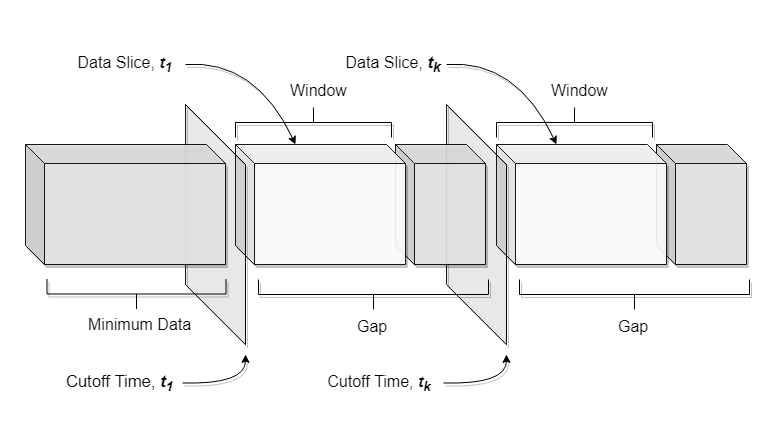
Above: docs/source/table_of_contents/images/label-maker.png in alteryx/compose (draw.io), before the change. Source tidied: cells renumbered, new cells last; positions are measured from the earlier drawing's top-left corner, leaving out a move shared by most shapes. Its diagram source:
```xml
<mxGraphModel>
  <root>
    <mxCell id="0" />
    <mxCell id="1" parent="0" />
    <mxCell id="2" value="&lt;font style=&quot;font-size: 16px&quot;&gt;Minimum Data&lt;/font&gt;" style="text;html=1;align=left;verticalAlign=top;spacingTop=-4;fontSize=20;shadow=1;" parent="1" vertex="1">
      <mxGeometry x="61" y="271" width="120" height="30" as="geometry" />
    </mxCell>
    <mxCell id="3" value="&lt;h5&gt;&lt;font style=&quot;font-size: 16px ; font-weight: normal&quot;&gt;Data Slice, &lt;/font&gt;&lt;font style=&quot;font-size: 16px&quot;&gt;&lt;i&gt;t&lt;sub&gt;1&lt;/sub&gt;&lt;/i&gt;&lt;/font&gt;&lt;font style=&quot;font-size: 16px&quot;&gt;&lt;i&gt;&lt;sub&gt;&amp;nbsp;&amp;nbsp;&lt;/sub&gt;&lt;/i&gt;&lt;/font&gt;&lt;/h5&gt;" style="text;html=1;strokeColor=none;fillColor=none;align=center;verticalAlign=middle;whiteSpace=wrap;rounded=0;shadow=1;fontSize=20;labelBackgroundColor=none;" parent="1" vertex="1">
      <mxGeometry x="40" width="125" height="50" as="geometry" />
    </mxCell>
    <mxCell id="4" style="strokeWidth=1;html=1;shape=mxgraph.flowchart.annotation_2;align=left;shadow=1;fillColor=#000000;gradientColor=none;rotation=90;" parent="1" vertex="1">
      <mxGeometry x="273" y="7" width="30" height="156" as="geometry" />
    </mxCell>
    <mxCell id="5" value="&lt;font style=&quot;font-size: 16px&quot;&gt;Gap&lt;/font&gt;" style="text;html=1;align=left;verticalAlign=top;spacingTop=-4;fontSize=20;shadow=1;" parent="1" vertex="1">
      <mxGeometry x="330" y="273" width="50" height="30" as="geometry" />
    </mxCell>
    <mxCell id="6" value="&lt;font style=&quot;font-size: 16px&quot;&gt;Window&lt;/font&gt;" style="text;html=1;align=left;verticalAlign=top;spacingTop=-4;fontSize=20;shadow=1;" parent="1" vertex="1">
      <mxGeometry x="263" y="37" width="70" height="30" as="geometry" />
    </mxCell>
    <mxCell id="7" value="&lt;h5&gt;&lt;span style=&quot;font-weight: normal&quot;&gt;Cutoff Time,&amp;nbsp;&lt;/span&gt;&lt;i&gt;t&lt;sub&gt;1&lt;/sub&gt;&lt;/i&gt;&lt;/h5&gt;" style="text;html=1;strokeColor=none;fillColor=none;align=center;verticalAlign=middle;whiteSpace=wrap;rounded=0;shadow=1;fontSize=20;labelBackgroundColor=none;fontStyle=1;" parent="1" vertex="1">
      <mxGeometry x="30" y="323" width="127" height="42" as="geometry" />
    </mxCell>
    <mxCell id="8" style="curved=1;endArrow=classic;html=1;fontSize=20;shadow=1;" parent="1" edge="1" source="7">
      <mxGeometry relative="1" as="geometry">
        <mxPoint x="220" y="317" as="targetPoint" />
        <Array as="points">
          <mxPoint x="220" y="347" />
        </Array>
      </mxGeometry>
    </mxCell>
    <mxCell id="9" value="&lt;h5&gt;&lt;font style=&quot;font-size: 16px ; font-weight: normal&quot;&gt;Data Slice,&amp;nbsp;&lt;/font&gt;&lt;i&gt;t&lt;span&gt;&lt;sub&gt;k&lt;/sub&gt;&lt;/span&gt;&lt;/i&gt;&lt;/h5&gt;" style="text;html=1;strokeColor=none;fillColor=none;align=center;verticalAlign=middle;whiteSpace=wrap;rounded=0;shadow=1;fontSize=20;labelBackgroundColor=none;" parent="1" vertex="1">
      <mxGeometry x="310" width="116" height="50" as="geometry" />
    </mxCell>
    <mxCell id="10" style="shape=cube;whiteSpace=wrap;html=1;boundedLbl=1;backgroundOutline=1;darkOpacity=0.05;darkOpacity2=0.1;size=19;shadow=1;opacity=90;fillColor=#E6E6E6;" parent="1" vertex="1">
      <mxGeometry x="631" y="107" width="90" height="120" as="geometry" />
    </mxCell>
    <mxCell id="11" style="shape=cube;whiteSpace=wrap;html=1;boundedLbl=1;backgroundOutline=1;darkOpacity=0.05;darkOpacity2=0.1;size=19;shadow=1;opacity=90;" parent="1" vertex="1">
      <mxGeometry x="471" y="107" width="170" height="120" as="geometry" />
    </mxCell>
    <mxCell id="12" style="strokeWidth=1;html=1;shape=mxgraph.flowchart.annotation_2;align=left;shadow=1;fillColor=#000000;gradientColor=none;rotation=90;" parent="1" vertex="1">
      <mxGeometry x="534" y="7" width="30" height="156" as="geometry" />
    </mxCell>
    <mxCell id="13" style="strokeWidth=1;html=1;shape=mxgraph.flowchart.annotation_2;align=left;shadow=1;fillColor=#000000;gradientColor=none;rotation=-90;" parent="1" vertex="1">
      <mxGeometry x="594" y="142" width="30" height="230" as="geometry" />
    </mxCell>
    <mxCell id="14" value="&lt;font style=&quot;font-size: 16px&quot;&gt;Gap&lt;/font&gt;" style="text;html=1;align=left;verticalAlign=top;spacingTop=-4;fontSize=20;shadow=1;" parent="1" vertex="1">
      <mxGeometry x="591" y="273" width="50" height="30" as="geometry" />
    </mxCell>
    <mxCell id="15" value="&lt;font style=&quot;font-size: 16px&quot;&gt;Window&lt;/font&gt;" style="text;html=1;align=left;verticalAlign=top;spacingTop=-4;fontSize=20;shadow=1;" parent="1" vertex="1">
      <mxGeometry x="524" y="37" width="70" height="30" as="geometry" />
    </mxCell>
    <mxCell id="16" style="shape=cube;whiteSpace=wrap;html=1;boundedLbl=1;backgroundOutline=1;darkOpacity=0.05;darkOpacity2=0.1;size=60;fillColor=none;shadow=1;opacity=90;" parent="1" vertex="1">
      <mxGeometry x="421" y="67" width="60" height="240" as="geometry" />
    </mxCell>
    <mxCell id="17" value="&lt;h5 style=&quot;font-size: 16px&quot;&gt;&lt;span style=&quot;font-weight: normal&quot;&gt;Cutoff Time,&amp;nbsp;&lt;/span&gt;&lt;i&gt;t&lt;span&gt;&lt;sub&gt;k&lt;/sub&gt;&lt;/span&gt;&lt;/i&gt;&lt;/h5&gt;" style="text;html=1;strokeColor=none;fillColor=none;align=center;verticalAlign=middle;whiteSpace=wrap;rounded=0;shadow=1;fontSize=20;labelBackgroundColor=none;fontStyle=1;" parent="1" vertex="1">
      <mxGeometry x="290" y="323" width="128" height="42" as="geometry" />
    </mxCell>
    <mxCell id="18" style="curved=1;endArrow=classic;html=1;fontSize=20;shadow=1;" parent="1" edge="1" source="17">
      <mxGeometry relative="1" as="geometry">
        <mxPoint x="481" y="317" as="targetPoint" />
        <Array as="points">
          <mxPoint x="481" y="347" />
        </Array>
      </mxGeometry>
    </mxCell>
    <mxCell id="19" style="shape=cube;whiteSpace=wrap;html=1;boundedLbl=1;backgroundOutline=1;darkOpacity=0.05;darkOpacity2=0.1;size=19;shadow=1;opacity=90;fillColor=#E6E6E6;" parent="1" vertex="1">
      <mxGeometry x="370" y="107" width="90" height="120" as="geometry" />
    </mxCell>
    <mxCell id="20" style="shape=cube;whiteSpace=wrap;html=1;boundedLbl=1;backgroundOutline=1;darkOpacity=0.05;darkOpacity2=0.1;size=19;shadow=1;opacity=90;" parent="1" vertex="1">
      <mxGeometry x="210" y="107" width="170" height="120" as="geometry" />
    </mxCell>
    <mxCell id="21" style="shape=cube;whiteSpace=wrap;html=1;boundedLbl=1;backgroundOutline=1;darkOpacity=0.05;darkOpacity2=0.1;size=60;fillColor=none;shadow=1;strokeColor=#000000;fontColor=#ffffff;opacity=90;" parent="1" vertex="1">
      <mxGeometry x="160" y="67" width="60" height="240" as="geometry" />
    </mxCell>
    <mxCell id="22" style="shape=cube;whiteSpace=wrap;html=1;boundedLbl=1;backgroundOutline=1;darkOpacity=0.05;darkOpacity2=0.1;size=19;shadow=1;opacity=90;fillColor=#E6E6E6;" parent="1" vertex="1">
      <mxGeometry y="107" width="200" height="120" as="geometry" />
    </mxCell>
    <mxCell id="23" style="strokeWidth=1;shape=mxgraph.flowchart.annotation_2;align=left;shadow=1;fillColor=#000000;gradientColor=none;rotation=-90;html=1;" parent="1" vertex="1">
      <mxGeometry x="96" y="167" width="30" height="179" as="geometry" />
    </mxCell>
    <mxCell id="24" style="curved=1;endArrow=classic;html=1;fontSize=20;entryX=0.353;entryY=0;entryDx=0;entryDy=0;entryPerimeter=0;shadow=1;" parent="1" edge="1" target="20">
      <mxGeometry relative="1" as="geometry">
        <mxPoint x="160" y="27" as="sourcePoint" />
        <Array as="points">
          <mxPoint x="230" y="22" />
        </Array>
      </mxGeometry>
    </mxCell>
    <mxCell id="25" style="curved=1;endArrow=classic;html=1;fontSize=20;entryX=0.353;entryY=0;entryDx=0;entryDy=0;entryPerimeter=0;shadow=1;" parent="1" edge="1" target="11">
      <mxGeometry relative="1" as="geometry">
        <mxPoint x="421" y="27" as="sourcePoint" />
        <Array as="points">
          <mxPoint x="491" y="22" />
        </Array>
      </mxGeometry>
    </mxCell>
    <mxCell id="26" style="strokeWidth=1;html=1;shape=mxgraph.flowchart.annotation_2;align=left;shadow=1;fillColor=#000000;gradientColor=none;rotation=-90;" parent="1" vertex="1">
      <mxGeometry x="333" y="142" width="30" height="230" as="geometry" />
    </mxCell>
  </root>
</mxGraphModel>
```
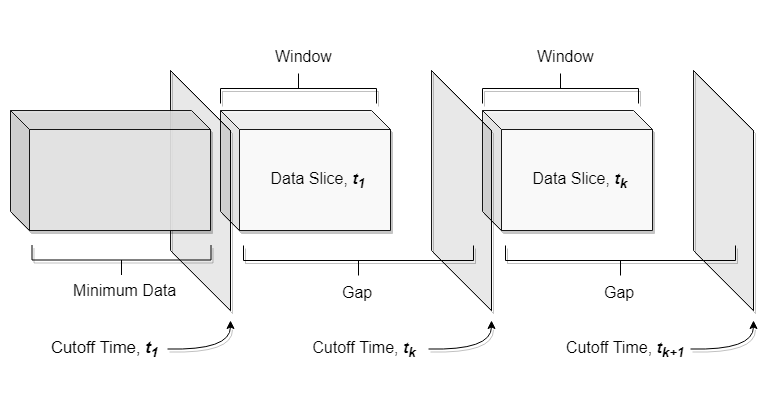
Above is the later version.

The edit, as a diff of the source:
```diff
@@ -2,73 +2,90 @@
   <root>
     <mxCell id="0" />
     <mxCell id="1" parent="0" />
+    <mxCell id="27" style="group;" parent="1" vertex="1">
+      <mxGeometry x="472" y="7" width="271" height="365" as="geometry" />
+    </mxCell>
+    <mxCell id="28" style="strokeWidth=1;html=1;shape=mxgraph.flowchart.annotation_2;align=left;shadow=1;fillColor=#000000;gradientColor=none;rotation=90;" parent="27" vertex="1">
+      <mxGeometry x="63" width="30" height="156" as="geometry" />
+    </mxCell>
+    <mxCell id="14" value="&lt;font style=&quot;font-size: 16px&quot;&gt;Gap&lt;/font&gt;" style="text;html=1;align=left;verticalAlign=top;spacingTop=-4;fontSize=20;shadow=1;" parent="27" vertex="1">
+      <mxGeometry x="120" y="266" width="50" height="30" as="geometry" />
+    </mxCell>
+    <mxCell id="15" value="&lt;font style=&quot;font-size: 16px&quot;&gt;Window&lt;/font&gt;" style="text;html=1;align=left;verticalAlign=top;spacingTop=-4;fontSize=20;shadow=1;" parent="27" vertex="1">
+      <mxGeometry x="53" y="30" width="70" height="30" as="geometry" />
+    </mxCell>
+    <mxCell id="29" style="shape=cube;whiteSpace=wrap;html=1;boundedLbl=1;backgroundOutline=1;darkOpacity=0.05;darkOpacity2=0.1;size=60;fillColor=none;shadow=1;opacity=90;" parent="27" vertex="1">
+      <mxGeometry x="211" y="60" width="60" height="240" as="geometry" />
+    </mxCell>
+    <mxCell id="30" value="&lt;h5 style=&quot;font-size: 16px&quot;&gt;&lt;span style=&quot;font-weight: normal&quot;&gt;Cutoff Time,&amp;nbsp;&lt;/span&gt;&lt;i&gt;t&lt;span&gt;&lt;sub&gt;k+1&amp;nbsp;&lt;/sub&gt;&lt;/span&gt;&lt;/i&gt;&lt;/h5&gt;" style="text;html=1;strokeColor=none;fillColor=none;align=center;verticalAlign=middle;whiteSpace=wrap;rounded=0;shadow=1;fontSize=20;labelBackgroundColor=none;fontStyle=1;" parent="27" vertex="1">
+      <mxGeometry x="80" y="316" width="128" height="42" as="geometry" />
+    </mxCell>
+    <mxCell id="31" style="curved=1;endArrow=classic;html=1;fontSize=20;shadow=1;" parent="27" edge="1" source="30">
+      <mxGeometry relative="1" as="geometry">
+        <mxPoint x="271" y="310" as="targetPoint" />
+        <Array as="points">
+          <mxPoint x="271" y="340" />
+        </Array>
+      </mxGeometry>
+    </mxCell>
+    <mxCell id="32" style="shape=cube;whiteSpace=wrap;html=1;boundedLbl=1;backgroundOutline=1;darkOpacity=0.05;darkOpacity2=0.1;size=19;shadow=1;opacity=90;" parent="27" vertex="1">
+      <mxGeometry y="100" width="170" height="120" as="geometry" />
+    </mxCell>
+    <mxCell id="33" style="strokeWidth=1;html=1;shape=mxgraph.flowchart.annotation_2;align=left;shadow=1;fillColor=#000000;gradientColor=none;rotation=-90;" parent="27" vertex="1">
+      <mxGeometry x="123" y="135" width="30" height="230" as="geometry" />
+    </mxCell>
+    <mxCell id="9" value="&lt;h5&gt;&lt;font style=&quot;font-size: 16px ; font-weight: normal&quot;&gt;Data Slice, &lt;/font&gt;&lt;font style=&quot;font-size: 16px&quot;&gt;&lt;i&gt;t&lt;sub&gt;k&lt;/sub&gt;&lt;/i&gt;&lt;/font&gt;&lt;font style=&quot;font-size: 16px&quot;&gt;&lt;i&gt;&lt;sub&gt;&amp;nbsp;&amp;nbsp;&lt;/sub&gt;&lt;/i&gt;&lt;/font&gt;&lt;/h5&gt;" style="text;html=1;align=center;verticalAlign=middle;whiteSpace=wrap;rounded=0;shadow=1;fontSize=20;labelBackgroundColor=none;fillColor=none;" parent="27" vertex="1">
+      <mxGeometry x="37.5" y="143" width="125" height="50" as="geometry" />
+    </mxCell>
     <mxCell id="2" value="&lt;font style=&quot;font-size: 16px&quot;&gt;Minimum Data&lt;/font&gt;" style="text;html=1;align=left;verticalAlign=top;spacingTop=-4;fontSize=20;shadow=1;" parent="1" vertex="1">
       <mxGeometry x="61" y="271" width="120" height="30" as="geometry" />
     </mxCell>
-    <mxCell id="3" value="&lt;h5&gt;&lt;font style=&quot;font-size: 16px ; font-weight: normal&quot;&gt;Data Slice, &lt;/font&gt;&lt;font style=&quot;font-size: 16px&quot;&gt;&lt;i&gt;t&lt;sub&gt;1&lt;/sub&gt;&lt;/i&gt;&lt;/font&gt;&lt;font style=&quot;font-size: 16px&quot;&gt;&lt;i&gt;&lt;sub&gt;&amp;nbsp;&amp;nbsp;&lt;/sub&gt;&lt;/i&gt;&lt;/font&gt;&lt;/h5&gt;" style="text;html=1;strokeColor=none;fillColor=none;align=center;verticalAlign=middle;whiteSpace=wrap;rounded=0;shadow=1;fontSize=20;labelBackgroundColor=none;" parent="1" vertex="1">
-      <mxGeometry x="40" width="125" height="50" as="geometry" />
-    </mxCell>
+    <mxCell id="7" value="&lt;h5&gt;&lt;span style=&quot;font-weight: normal&quot;&gt;Cutoff Time,&amp;nbsp;&lt;/span&gt;&lt;i&gt;t&lt;sub&gt;1&lt;/sub&gt;&lt;/i&gt;&lt;/h5&gt;" style="text;html=1;strokeColor=none;fillColor=none;align=center;verticalAlign=middle;whiteSpace=wrap;rounded=0;shadow=1;fontSize=20;labelBackgroundColor=none;fontStyle=1;" parent="1" vertex="1">
+      <mxGeometry x="30" y="323" width="127" height="42" as="geometry" />
+    </mxCell>
+    <mxCell id="8" style="curved=1;endArrow=classic;html=1;fontSize=20;shadow=1;" parent="1" edge="1" source="7">
+      <mxGeometry relative="1" as="geometry">
+        <mxPoint x="220" y="317" as="targetPoint" />
+        <Array as="points">
+          <mxPoint x="220" y="347" />
+        </Array>
+      </mxGeometry>
+    </mxCell>
+    <mxCell id="34" style="group;" parent="1" vertex="1">
+      <mxGeometry x="210" y="7" width="271" height="365" as="geometry" />
+    </mxCell>
-    <mxCell id="4" style="strokeWidth=1;html=1;shape=mxgraph.flowchart.annotation_2;align=left;shadow=1;fillColor=#000000;gradientColor=none;rotation=90;" parent="1" vertex="1">
-      <mxGeometry x="273" y="7" width="30" height="156" as="geometry" />
+    <mxCell id="4" style="strokeWidth=1;html=1;shape=mxgraph.flowchart.annotation_2;align=left;shadow=1;fillColor=#000000;gradientColor=none;rotation=90;" parent="34" vertex="1">
+      <mxGeometry x="63" width="30" height="156" as="geometry" />
     </mxCell>
-    <mxCell id="5" value="&lt;font style=&quot;font-size: 16px&quot;&gt;Gap&lt;/font&gt;" style="text;html=1;align=left;verticalAlign=top;spacingTop=-4;fontSize=20;shadow=1;" parent="1" vertex="1">
-      <mxGeometry x="330" y="273" width="50" height="30" as="geometry" />
+    <mxCell id="5" value="&lt;font style=&quot;font-size: 16px&quot;&gt;Gap&lt;/font&gt;" style="text;html=1;align=left;verticalAlign=top;spacingTop=-4;fontSize=20;shadow=1;" parent="34" vertex="1">
+      <mxGeometry x="120" y="266" width="50" height="30" as="geometry" />
     </mxCell>
-    <mxCell id="6" value="&lt;font style=&quot;font-size: 16px&quot;&gt;Window&lt;/font&gt;" style="text;html=1;align=left;verticalAlign=top;spacingTop=-4;fontSize=20;shadow=1;" parent="1" vertex="1">
-      <mxGeometry x="263" y="37" width="70" height="30" as="geometry" />
+    <mxCell id="6" value="&lt;font style=&quot;font-size: 16px&quot;&gt;Window&lt;/font&gt;" style="text;html=1;align=left;verticalAlign=top;spacingTop=-4;fontSize=20;shadow=1;" parent="34" vertex="1">
+      <mxGeometry x="53" y="30" width="70" height="30" as="geometry" />
     </mxCell>
-    <mxCell id="7" value="&lt;h5&gt;&lt;span style=&quot;font-weight: normal&quot;&gt;Cutoff Time,&amp;nbsp;&lt;/span&gt;&lt;i&gt;t&lt;sub&gt;1&lt;/sub&gt;&lt;/i&gt;&lt;/h5&gt;" style="text;html=1;strokeColor=none;fillColor=none;align=center;verticalAlign=middle;whiteSpace=wrap;rounded=0;shadow=1;fontSize=20;labelBackgroundColor=none;fontStyle=1;" parent="1" vertex="1">
-      <mxGeometry x="30" y="323" width="127" height="42" as="geometry" />
-    </mxCell>
-    <mxCell id="8" style="curved=1;endArrow=classic;html=1;fontSize=20;shadow=1;" parent="1" edge="1" source="7">
-      <mxGeometry relative="1" as="geometry">
-        <mxPoint x="220" y="317" as="targetPoint" />
-        <Array as="points">
-          <mxPoint x="220" y="347" />
-        </Array>
-      </mxGeometry>
-    </mxCell>
-    <mxCell id="9" value="&lt;h5&gt;&lt;font style=&quot;font-size: 16px ; font-weight: normal&quot;&gt;Data Slice,&amp;nbsp;&lt;/font&gt;&lt;i&gt;t&lt;span&gt;&lt;sub&gt;k&lt;/sub&gt;&lt;/span&gt;&lt;/i&gt;&lt;/h5&gt;" style="text;html=1;strokeColor=none;fillColor=none;align=center;verticalAlign=middle;whiteSpace=wrap;rounded=0;shadow=1;fontSize=20;labelBackgroundColor=none;" parent="1" vertex="1">
-      <mxGeometry x="310" width="116" height="50" as="geometry" />
-    </mxCell>
-    <mxCell id="10" style="shape=cube;whiteSpace=wrap;html=1;boundedLbl=1;backgroundOutline=1;darkOpacity=0.05;darkOpacity2=0.1;size=19;shadow=1;opacity=90;fillColor=#E6E6E6;" parent="1" vertex="1">
-      <mxGeometry x="631" y="107" width="90" height="120" as="geometry" />
-    </mxCell>
-    <mxCell id="11" style="shape=cube;whiteSpace=wrap;html=1;boundedLbl=1;backgroundOutline=1;darkOpacity=0.05;darkOpacity2=0.1;size=19;shadow=1;opacity=90;" parent="1" vertex="1">
-      <mxGeometry x="471" y="107" width="170" height="120" as="geometry" />
-    </mxCell>
-    <mxCell id="12" style="strokeWidth=1;html=1;shape=mxgraph.flowchart.annotation_2;align=left;shadow=1;fillColor=#000000;gradientColor=none;rotation=90;" parent="1" vertex="1">
-      <mxGeometry x="534" y="7" width="30" height="156" as="geometry" />
-    </mxCell>
-    <mxCell id="13" style="strokeWidth=1;html=1;shape=mxgraph.flowchart.annotation_2;align=left;shadow=1;fillColor=#000000;gradientColor=none;rotation=-90;" parent="1" vertex="1">
-      <mxGeometry x="594" y="142" width="30" height="230" as="geometry" />
-    </mxCell>
-    <mxCell id="14" value="&lt;font style=&quot;font-size: 16px&quot;&gt;Gap&lt;/font&gt;" style="text;html=1;align=left;verticalAlign=top;spacingTop=-4;fontSize=20;shadow=1;" parent="1" vertex="1">
-      <mxGeometry x="591" y="273" width="50" height="30" as="geometry" />
-    </mxCell>
-    <mxCell id="15" value="&lt;font style=&quot;font-size: 16px&quot;&gt;Window&lt;/font&gt;" style="text;html=1;align=left;verticalAlign=top;spacingTop=-4;fontSize=20;shadow=1;" parent="1" vertex="1">
-      <mxGeometry x="524" y="37" width="70" height="30" as="geometry" />
-    </mxCell>
-    <mxCell id="16" style="shape=cube;whiteSpace=wrap;html=1;boundedLbl=1;backgroundOutline=1;darkOpacity=0.05;darkOpacity2=0.1;size=60;fillColor=none;shadow=1;opacity=90;" parent="1" vertex="1">
-      <mxGeometry x="421" y="67" width="60" height="240" as="geometry" />
+    <mxCell id="16" style="shape=cube;whiteSpace=wrap;html=1;boundedLbl=1;backgroundOutline=1;darkOpacity=0.05;darkOpacity2=0.1;size=60;fillColor=none;shadow=1;opacity=90;" parent="34" vertex="1">
+      <mxGeometry x="211" y="60" width="60" height="240" as="geometry" />
     </mxCell>
-    <mxCell id="17" value="&lt;h5 style=&quot;font-size: 16px&quot;&gt;&lt;span style=&quot;font-weight: normal&quot;&gt;Cutoff Time,&amp;nbsp;&lt;/span&gt;&lt;i&gt;t&lt;span&gt;&lt;sub&gt;k&lt;/sub&gt;&lt;/span&gt;&lt;/i&gt;&lt;/h5&gt;" style="text;html=1;strokeColor=none;fillColor=none;align=center;verticalAlign=middle;whiteSpace=wrap;rounded=0;shadow=1;fontSize=20;labelBackgroundColor=none;fontStyle=1;" parent="1" vertex="1">
-      <mxGeometry x="290" y="323" width="128" height="42" as="geometry" />
+    <mxCell id="17" value="&lt;h5 style=&quot;font-size: 16px&quot;&gt;&lt;span style=&quot;font-weight: normal&quot;&gt;Cutoff Time,&amp;nbsp;&lt;/span&gt;&lt;i&gt;t&lt;span&gt;&lt;sub&gt;k&lt;/sub&gt;&lt;/span&gt;&lt;/i&gt;&lt;/h5&gt;" style="text;html=1;strokeColor=none;fillColor=none;align=center;verticalAlign=middle;whiteSpace=wrap;rounded=0;shadow=1;fontSize=20;labelBackgroundColor=none;fontStyle=1;" parent="34" vertex="1">
+      <mxGeometry x="80" y="316" width="128" height="42" as="geometry" />
     </mxCell>
-    <mxCell id="18" style="curved=1;endArrow=classic;html=1;fontSize=20;shadow=1;" parent="1" edge="1" source="17">
+    <mxCell id="18" style="curved=1;endArrow=classic;html=1;fontSize=20;shadow=1;" parent="34" edge="1" source="17">
       <mxGeometry relative="1" as="geometry">
-        <mxPoint x="481" y="317" as="targetPoint" />
+        <mxPoint x="271" y="310" as="targetPoint" />
         <Array as="points">
-          <mxPoint x="481" y="347" />
+          <mxPoint x="271" y="340" />
         </Array>
       </mxGeometry>
     </mxCell>
-    <mxCell id="19" style="shape=cube;whiteSpace=wrap;html=1;boundedLbl=1;backgroundOutline=1;darkOpacity=0.05;darkOpacity2=0.1;size=19;shadow=1;opacity=90;fillColor=#E6E6E6;" parent="1" vertex="1">
-      <mxGeometry x="370" y="107" width="90" height="120" as="geometry" />
-    </mxCell>
-    <mxCell id="20" style="shape=cube;whiteSpace=wrap;html=1;boundedLbl=1;backgroundOutline=1;darkOpacity=0.05;darkOpacity2=0.1;size=19;shadow=1;opacity=90;" parent="1" vertex="1">
-      <mxGeometry x="210" y="107" width="170" height="120" as="geometry" />
+    <mxCell id="20" style="shape=cube;whiteSpace=wrap;html=1;boundedLbl=1;backgroundOutline=1;darkOpacity=0.05;darkOpacity2=0.1;size=19;shadow=1;opacity=90;" parent="34" vertex="1">
+      <mxGeometry y="100" width="170" height="120" as="geometry" />
     </mxCell>
+    <mxCell id="26" style="strokeWidth=1;html=1;shape=mxgraph.flowchart.annotation_2;align=left;shadow=1;fillColor=#000000;gradientColor=none;rotation=-90;" parent="34" vertex="1">
+      <mxGeometry x="123" y="135" width="30" height="230" as="geometry" />
+    </mxCell>
+    <mxCell id="3" value="&lt;h5&gt;&lt;font style=&quot;font-size: 16px ; font-weight: normal&quot;&gt;Data Slice, &lt;/font&gt;&lt;font style=&quot;font-size: 16px&quot;&gt;&lt;i&gt;t&lt;sub&gt;1&lt;/sub&gt;&lt;/i&gt;&lt;/font&gt;&lt;font style=&quot;font-size: 16px&quot;&gt;&lt;i&gt;&lt;sub&gt;&amp;nbsp;&amp;nbsp;&lt;/sub&gt;&lt;/i&gt;&lt;/font&gt;&lt;/h5&gt;" style="text;html=1;align=center;verticalAlign=middle;whiteSpace=wrap;rounded=0;shadow=1;fontSize=20;labelBackgroundColor=none;fillColor=none;" parent="34" vertex="1">
+      <mxGeometry x="37.5" y="143" width="125" height="50" as="geometry" />
+    </mxCell>
     <mxCell id="21" style="shape=cube;whiteSpace=wrap;html=1;boundedLbl=1;backgroundOutline=1;darkOpacity=0.05;darkOpacity2=0.1;size=60;fillColor=none;shadow=1;strokeColor=#000000;fontColor=#ffffff;opacity=90;" parent="1" vertex="1">
       <mxGeometry x="160" y="67" width="60" height="240" as="geometry" />
     </mxCell>
@@ -78,24 +95,5 @@
     <mxCell id="23" style="strokeWidth=1;shape=mxgraph.flowchart.annotation_2;align=left;shadow=1;fillColor=#000000;gradientColor=none;rotation=-90;html=1;" parent="1" vertex="1">
       <mxGeometry x="96" y="167" width="30" height="179" as="geometry" />
     </mxCell>
-    <mxCell id="24" style="curved=1;endArrow=classic;html=1;fontSize=20;entryX=0.353;entryY=0;entryDx=0;entryDy=0;entryPerimeter=0;shadow=1;" parent="1" edge="1" target="20">
-      <mxGeometry relative="1" as="geometry">
-        <mxPoint x="160" y="27" as="sourcePoint" />
-        <Array as="points">
-          <mxPoint x="230" y="22" />
-        </Array>
-      </mxGeometry>
-    </mxCell>
-    <mxCell id="25" style="curved=1;endArrow=classic;html=1;fontSize=20;entryX=0.353;entryY=0;entryDx=0;entryDy=0;entryPerimeter=0;shadow=1;" parent="1" edge="1" target="11">
-      <mxGeometry relative="1" as="geometry">
-        <mxPoint x="421" y="27" as="sourcePoint" />
-        <Array as="points">
-          <mxPoint x="491" y="22" />
-        </Array>
-      </mxGeometry>
-    </mxCell>
-    <mxCell id="26" style="strokeWidth=1;html=1;shape=mxgraph.flowchart.annotation_2;align=left;shadow=1;fillColor=#000000;gradientColor=none;rotation=-90;" parent="1" vertex="1">
-      <mxGeometry x="333" y="142" width="30" height="230" as="geometry" />
-    </mxCell>
   </root>
 </mxGraphModel>
```
